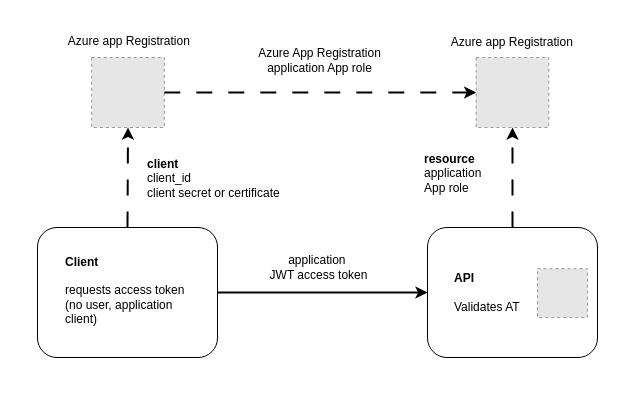
The draw.io diagram images/single_app_registration_02.drawio in damienbod/GrpcAzureAppServiceAppAuth, before the edit. Source tidied: cells renumbered, new cells numbered last; positions are measured from the earlier drawing's top-left corner, leaving out a move shared by most shapes. Both pictures are drawn from the tidied source at 100%, with x=0, y=0 at pixel (37, 31). Pictures stored in the file or linked from it are replaced by grey dashed boxes.
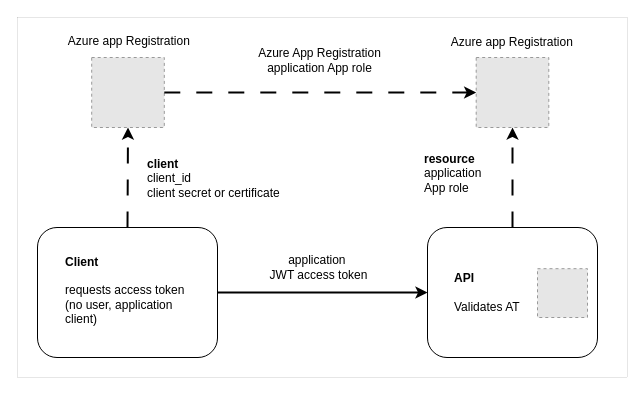
The same page after the edit.

What changed in the source:
```diff
@@
 <mxGraphModel>
   <root>
     <mxCell id="0" />
     <mxCell id="1" parent="0" />
+    <mxCell id="19" style="rounded=0;whiteSpace=wrap;html=1;strokeWidth=0;" parent="1" vertex="1">
+      <mxGeometry x="-20" y="-14" width="610" height="360" as="geometry" />
+    </mxCell>
     <mxCell id="2" style="rounded=1;whiteSpace=wrap;html=1;" parent="1" vertex="1">
       <mxGeometry y="196" width="180" height="130" as="geometry" />
     </mxCell>
     <mxCell id="3" style="rounded=1;whiteSpace=wrap;html=1;" parent="1" vertex="1">
       <mxGeometry x="390" y="196" width="170" height="130" as="geometry" />
     </mxCell>
     <mxCell id="4" style="endArrow=classic;html=1;rounded=0;exitX=1;exitY=0.5;exitDx=0;exitDy=0;entryX=0;entryY=0.5;entryDx=0;entryDy=0;strokeWidth=2;" parent="1" edge="1" source="2" target="3">
       <mxGeometry relative="1" as="geometry" />
     </mxCell>
     <mxCell id="5" value="application&amp;nbsp;&lt;div&gt;JWT access token&lt;/div&gt;" style="text;html=1;align=center;verticalAlign=middle;whiteSpace=wrap;rounded=0;" parent="1" vertex="1">
       <mxGeometry x="219" y="221" width="125" height="30" as="geometry" />
     </mxCell>
     <mxCell id="6" style="fillColor=#E6E6E6;strokeColor=#999999;dashed=1;verticalLabelPosition=bottom;labelBackgroundColor=default;verticalAlign=top;" parent="1" vertex="1">
       <mxGeometry x="54.2" y="26" width="72.6" height="70" as="geometry" />
     </mxCell>
     <mxCell id="7" style="endArrow=classic;html=1;rounded=0;entryX=0.5;entryY=1;entryDx=0;entryDy=0;exitX=0.5;exitY=0;exitDx=0;exitDy=0;strokeWidth=2;dashed=1;dashPattern=8 8;" parent="1" edge="1" source="2" target="6">
       <mxGeometry relative="1" as="geometry" />
     </mxCell>
     <mxCell id="8" style="endArrow=classic;html=1;rounded=0;entryX=0.5;entryY=1;entryDx=0;entryDy=0;strokeWidth=2;dashed=1;dashPattern=8 8;exitX=0.5;exitY=0;exitDx=0;exitDy=0;" parent="1" edge="1" source="3" target="12">
       <mxGeometry relative="1" as="geometry" />
     </mxCell>
     <mxCell id="9" value="&lt;div style=&quot;&quot;&gt;&lt;span style=&quot;background-color: initial;&quot;&gt;&lt;b&gt;client&lt;/b&gt;&lt;/span&gt;&lt;/div&gt;&lt;div style=&quot;&quot;&gt;client_id&lt;/div&gt;&lt;div style=&quot;&quot;&gt;client secret or certificate&lt;/div&gt;" style="text;html=1;align=left;verticalAlign=middle;whiteSpace=wrap;rounded=0;" parent="1" vertex="1">
       <mxGeometry x="107.5" y="122" width="140" height="50" as="geometry" />
     </mxCell>
     <mxCell id="10" value="&lt;div style=&quot;&quot;&gt;&lt;span style=&quot;background-color: initial;&quot;&gt;&lt;b&gt;resource&lt;/b&gt;&lt;/span&gt;&lt;/div&gt;&lt;div&gt;application&amp;nbsp;&lt;/div&gt;&lt;div&gt;App role&lt;/div&gt;" style="text;html=1;align=left;verticalAlign=middle;whiteSpace=wrap;rounded=0;" parent="1" vertex="1">
       <mxGeometry x="384.5" y="112" width="70" height="60" as="geometry" />
     </mxCell>
     <mxCell id="11" style="fillColor=#E6E6E6;strokeColor=#999999;dashed=1;verticalLabelPosition=bottom;labelBackgroundColor=default;verticalAlign=top;" parent="1" vertex="1">
       <mxGeometry x="500" y="237.2" width="50" height="48.8" as="geometry" />
     </mxCell>
     <mxCell id="12" style="fillColor=#E6E6E6;strokeColor=#999999;dashed=1;verticalLabelPosition=bottom;labelBackgroundColor=default;verticalAlign=top;" parent="1" vertex="1">
       <mxGeometry x="438.7" y="26" width="72.6" height="70" as="geometry" />
     </mxCell>
     <mxCell id="13" value="Azure app Registration&lt;span style=&quot;background-color: initial;&quot;&gt;&amp;nbsp;&lt;/span&gt;" style="text;html=1;align=center;verticalAlign=middle;whiteSpace=wrap;rounded=0;" parent="1" vertex="1">
       <mxGeometry x="16" width="155" height="20" as="geometry" />
     </mxCell>
     <mxCell id="14" value="Azure app Registration&lt;span style=&quot;background-color: initial;&quot;&gt;&amp;nbsp;&lt;/span&gt;" style="text;html=1;align=center;verticalAlign=middle;whiteSpace=wrap;rounded=0;" parent="1" vertex="1">
       <mxGeometry x="398.5" y="1" width="155" height="20" as="geometry" />
     </mxCell>
     <mxCell id="15" style="endArrow=classic;html=1;rounded=0;entryX=0;entryY=0.5;entryDx=0;entryDy=0;strokeWidth=2;dashed=1;dashPattern=8 8;" parent="1" edge="1" source="6" target="12">
       <mxGeometry relative="1" as="geometry" />
     </mxCell>
     <mxCell id="16" value="Azure App Registration application App role" style="text;html=1;align=center;verticalAlign=middle;whiteSpace=wrap;rounded=0;" parent="1" vertex="1">
       <mxGeometry x="205" y="16" width="155" height="26" as="geometry" />
     </mxCell>
     <mxCell id="17" value="&lt;b&gt;API&lt;/b&gt;&lt;div&gt;&lt;span style=&quot;background-color: initial;&quot;&gt;&lt;br&gt;&lt;/span&gt;&lt;/div&gt;&lt;div&gt;&lt;span style=&quot;background-color: initial;&quot;&gt;Validates AT&lt;/span&gt;&lt;/div&gt;" style="text;html=1;align=left;verticalAlign=middle;whiteSpace=wrap;rounded=0;" parent="1" vertex="1">
       <mxGeometry x="414.5" y="236" width="80" height="50" as="geometry" />
     </mxCell>
     <mxCell id="18" value="&lt;b&gt;Client&lt;/b&gt;&lt;div&gt;&lt;b&gt;&lt;br&gt;&lt;/b&gt;&lt;div&gt;requests access token&lt;/div&gt;&lt;/div&gt;&lt;div&gt;(no user, application client)&lt;/div&gt;" style="text;html=1;align=left;verticalAlign=middle;whiteSpace=wrap;rounded=0;" parent="1" vertex="1">
       <mxGeometry x="26" y="219" width="130" height="80" as="geometry" />
     </mxCell>
   </root>
 </mxGraphModel>
```
